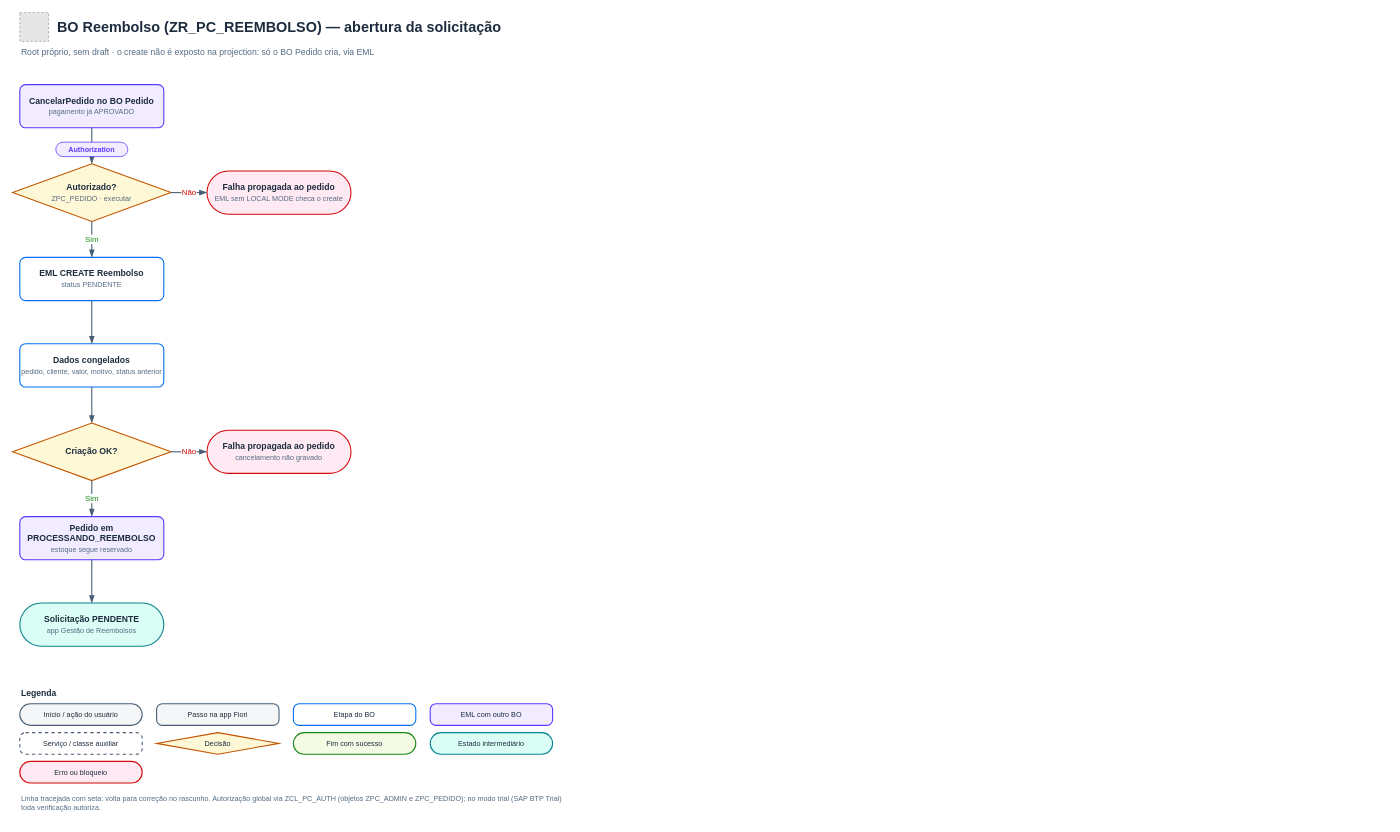
The draw.io diagram page "1 · Abrir solicitação" (1 of 3) of docs/fluxos-bo-reembolso.drawio in AdrianoBispo/sap-abap-rap-pedidos-de-compras-app, before the edit. Source tidied: cells renumbered, new cells numbered last; positions are measured from the earlier drawing's top-left corner, leaving out a move shared by most shapes. Both pictures are drawn from the tidied source at 72%, with x=0, y=0 at pixel (12, 12). Pictures stored in the file or linked from it are replaced by grey dashed boxes.
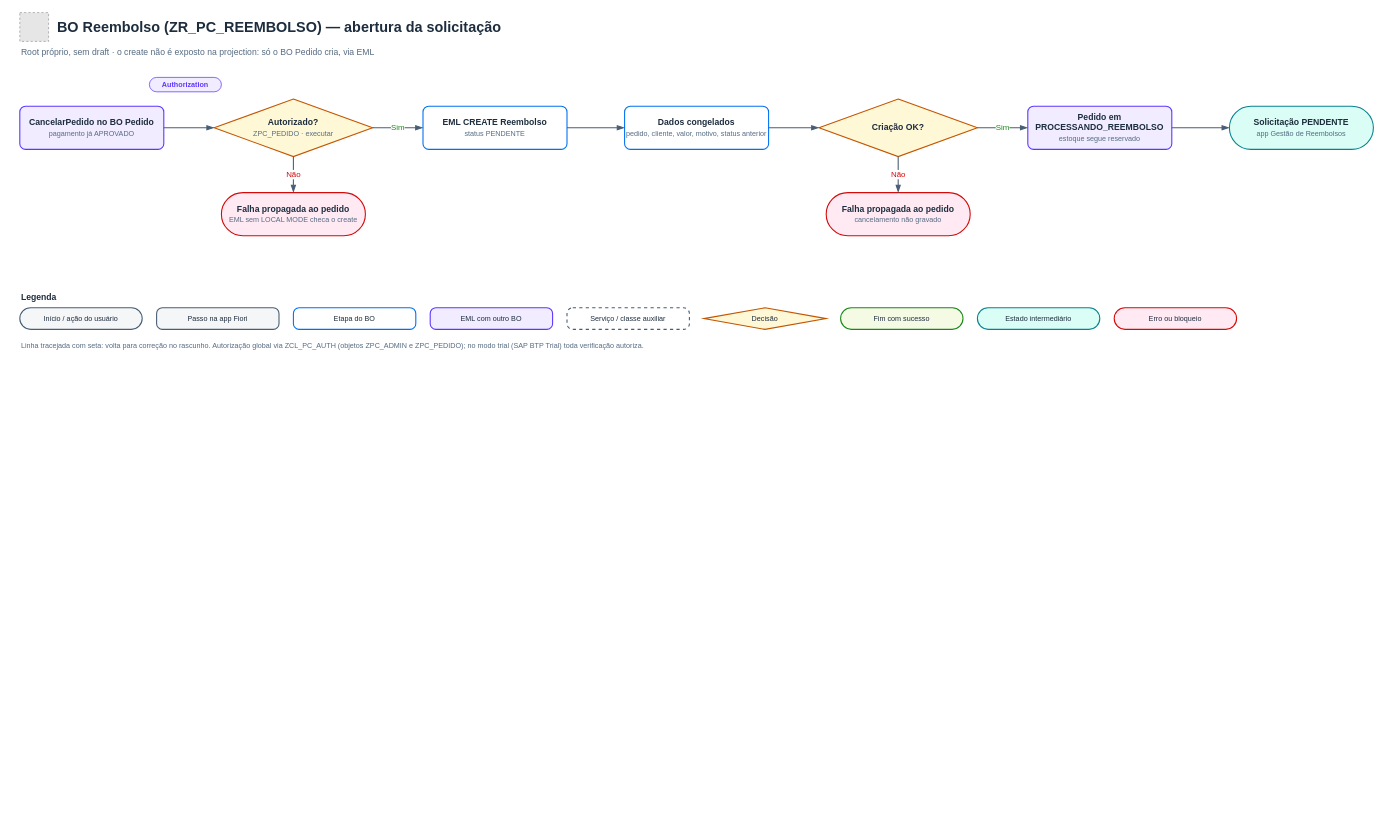
The same page after the edit.

The edit, as a diff of the source:
```diff
@@
     <mxCell id="3" value="BO Reembolso (ZR_PC_REEMBOLSO) — abertura da solicitação" style="text;html=1;whiteSpace=wrap;align=left;verticalAlign=middle;fontFamily=Helvetica;fontSize=20;fontStyle=1;fontColor=#1D2D3E;" parent="1" vertex="1">
-      <mxGeometry x="60" width="710" height="40" as="geometry" />
+      <mxGeometry x="60" width="1850" height="40" as="geometry" />
     </mxCell>
     <mxCell id="4" value="Root próprio, sem draft · o create não é exposto na projection: só o BO Pedido cria, via EML" style="text;html=1;whiteSpace=wrap;align=left;verticalAlign=middle;fontFamily=Helvetica;fontSize=12;fontColor=#556B82;" parent="1" vertex="1">
-      <mxGeometry x="10" y="40" width="760" height="30" as="geometry" />
+      <mxGeometry x="10" y="40" width="1900" height="30" as="geometry" />
     </mxCell>
     <mxCell id="5" value="&lt;b&gt;CancelarPedido no BO Pedido&lt;/b&gt;&lt;br&gt;&lt;font style=&quot;font-size:10px&quot; color=&quot;#556B82&quot;&gt;pagamento já APROVADO&lt;/font&gt;" style="rounded=1;arcSize=16;absoluteArcSize=1;strokeColor=#5D36FF;fillColor=#F1ECFF;whiteSpace=wrap;html=1;fontFamily=Helvetica;fontSize=12;fontColor=#1D2D3E;strokeWidth=1.5;" parent="1" vertex="1">
-      <mxGeometry x="10" y="100" width="200" height="60" as="geometry" />
+      <mxGeometry x="10" y="130" width="200" height="60" as="geometry" />
     </mxCell>
     <mxCell id="6" value="&lt;b&gt;Autorizado?&lt;/b&gt;&lt;br&gt;&lt;font style=&quot;font-size:10px&quot; color=&quot;#556B82&quot;&gt;ZPC_PEDIDO · executar&lt;/font&gt;" style="rhombus;strokeColor=#C35500;fillColor=#FFF8D6;whiteSpace=wrap;html=1;fontFamily=Helvetica;fontSize=12;fontColor=#1D2D3E;strokeWidth=1.5;" parent="1" vertex="1">
-      <mxGeometry y="210" width="220" height="80" as="geometry" />
+      <mxGeometry x="280" y="120" width="220" height="80" as="geometry" />
     </mxCell>
     <mxCell id="7" value="&lt;b&gt;Falha propagada ao pedido&lt;/b&gt;&lt;br&gt;&lt;font style=&quot;font-size:10px&quot; color=&quot;#556B82&quot;&gt;EML sem LOCAL MODE checa o create&lt;/font&gt;" style="rounded=1;arcSize=60;absoluteArcSize=1;strokeColor=#D20A0A;fillColor=#FFEAF4;whiteSpace=wrap;html=1;fontFamily=Helvetica;fontSize=12;fontColor=#1D2D3E;strokeWidth=1.5;" parent="1" vertex="1">
-      <mxGeometry x="270" y="220" width="200" height="60" as="geometry" />
+      <mxGeometry x="290" y="250" width="200" height="60" as="geometry" />
     </mxCell>
     <mxCell id="8" value="&lt;b&gt;EML CREATE Reembolso&lt;/b&gt;&lt;br&gt;&lt;font style=&quot;font-size:10px&quot; color=&quot;#556B82&quot;&gt;status PENDENTE&lt;/font&gt;" style="rounded=1;arcSize=16;absoluteArcSize=1;strokeColor=#0070F2;fillColor=#FFFFFF;whiteSpace=wrap;html=1;fontFamily=Helvetica;fontSize=12;fontColor=#1D2D3E;strokeWidth=1.5;" parent="1" vertex="1">
-      <mxGeometry x="10" y="340" width="200" height="60" as="geometry" />
+      <mxGeometry x="570" y="130" width="200" height="60" as="geometry" />
     </mxCell>
     <mxCell id="9" value="&lt;b&gt;Dados congelados&lt;/b&gt;&lt;br&gt;&lt;font style=&quot;font-size:10px&quot; color=&quot;#556B82&quot;&gt;pedido, cliente, valor, motivo, status anterior&lt;/font&gt;" style="rounded=1;arcSize=16;absoluteArcSize=1;strokeColor=#0070F2;fillColor=#FFFFFF;whiteSpace=wrap;html=1;fontFamily=Helvetica;fontSize=12;fontColor=#1D2D3E;strokeWidth=1.5;" parent="1" vertex="1">
-      <mxGeometry x="10" y="460" width="200" height="60" as="geometry" />
+      <mxGeometry x="850" y="130" width="200" height="60" as="geometry" />
     </mxCell>
     <mxCell id="10" value="&lt;b&gt;Criação OK?&lt;/b&gt;" style="rhombus;strokeColor=#C35500;fillColor=#FFF8D6;whiteSpace=wrap;html=1;fontFamily=Helvetica;fontSize=12;fontColor=#1D2D3E;strokeWidth=1.5;" parent="1" vertex="1">
-      <mxGeometry y="570" width="220" height="80" as="geometry" />
+      <mxGeometry x="1120" y="120" width="220" height="80" as="geometry" />
     </mxCell>
     <mxCell id="11" value="&lt;b&gt;Falha propagada ao pedido&lt;/b&gt;&lt;br&gt;&lt;font style=&quot;font-size:10px&quot; color=&quot;#556B82&quot;&gt;cancelamento não gravado&lt;/font&gt;" style="rounded=1;arcSize=60;absoluteArcSize=1;strokeColor=#D20A0A;fillColor=#FFEAF4;whiteSpace=wrap;html=1;fontFamily=Helvetica;fontSize=12;fontColor=#1D2D3E;strokeWidth=1.5;" parent="1" vertex="1">
-      <mxGeometry x="270" y="580" width="200" height="60" as="geometry" />
+      <mxGeometry x="1130" y="250" width="200" height="60" as="geometry" />
     </mxCell>
     <mxCell id="12" value="&lt;b&gt;Pedido em PROCESSANDO_REEMBOLSO&lt;/b&gt;&lt;br&gt;&lt;font style=&quot;font-size:10px&quot; color=&quot;#556B82&quot;&gt;estoque segue reservado&lt;/font&gt;" style="rounded=1;arcSize=16;absoluteArcSize=1;strokeColor=#5D36FF;fillColor=#F1ECFF;whiteSpace=wrap;html=1;fontFamily=Helvetica;fontSize=12;fontColor=#1D2D3E;strokeWidth=1.5;" parent="1" vertex="1">
-      <mxGeometry x="10" y="700" width="200" height="60" as="geometry" />
+      <mxGeometry x="1410" y="130" width="200" height="60" as="geometry" />
     </mxCell>
     <mxCell id="13" value="&lt;b&gt;Solicitação PENDENTE&lt;/b&gt;&lt;br&gt;&lt;font style=&quot;font-size:10px&quot; color=&quot;#556B82&quot;&gt;app Gestão de Reembolsos&lt;/font&gt;" style="rounded=1;arcSize=60;absoluteArcSize=1;strokeColor=#07838F;fillColor=#DAFDF5;whiteSpace=wrap;html=1;fontFamily=Helvetica;fontSize=12;fontColor=#1D2D3E;strokeWidth=1.5;" parent="1" vertex="1">
-      <mxGeometry x="10" y="820" width="200" height="60" as="geometry" />
+      <mxGeometry x="1690" y="130" width="200" height="60" as="geometry" />
     </mxCell>
-    <mxCell id="14" style="edgeStyle=orthogonalEdgeStyle;rounded=1;html=1;strokeColor=#475E75;strokeWidth=1.5;endArrow=blockThin;endFill=1;endSize=7;fontFamily=Helvetica;fontSize=11;fontColor=#1D2D3E;labelBackgroundColor=default;exitX=0.5;exitY=1;exitDx=0;exitDy=0;entryX=0.5;entryY=0;entryDx=0;entryDy=0;" parent="1" edge="1" source="5" target="6">
+    <mxCell id="14" style="edgeStyle=orthogonalEdgeStyle;rounded=1;html=1;strokeColor=#475E75;strokeWidth=1.5;endArrow=blockThin;endFill=1;endSize=7;fontFamily=Helvetica;fontSize=11;fontColor=#1D2D3E;labelBackgroundColor=default;exitX=1;exitY=0.5;exitDx=0;exitDy=0;entryX=0;entryY=0.5;entryDx=0;entryDy=0;" parent="1" edge="1" source="5" target="6">
       <mxGeometry relative="1" as="geometry" />
     </mxCell>
-    <mxCell id="15" value="Não" style="edgeStyle=orthogonalEdgeStyle;rounded=1;html=1;strokeColor=#475E75;strokeWidth=1.5;endArrow=blockThin;endFill=1;endSize=7;fontFamily=Helvetica;fontSize=11;fontColor=#D20A0A;labelBackgroundColor=default;exitX=1;exitY=0.5;exitDx=0;exitDy=0;entryX=0;entryY=0.5;entryDx=0;entryDy=0;" parent="1" edge="1" source="6" target="7">
+    <mxCell id="15" value="Não" style="edgeStyle=orthogonalEdgeStyle;rounded=1;html=1;strokeColor=#475E75;strokeWidth=1.5;endArrow=blockThin;endFill=1;endSize=7;fontFamily=Helvetica;fontSize=11;fontColor=#D20A0A;labelBackgroundColor=default;exitX=0.5;exitY=1;exitDx=0;exitDy=0;entryX=0.5;entryY=0;entryDx=0;entryDy=0;" parent="1" edge="1" source="6" target="7">
       <mxGeometry relative="1" as="geometry" />
     </mxCell>
-    <mxCell id="16" value="Sim" style="edgeStyle=orthogonalEdgeStyle;rounded=1;html=1;strokeColor=#475E75;strokeWidth=1.5;endArrow=blockThin;endFill=1;endSize=7;fontFamily=Helvetica;fontSize=11;fontColor=#188918;labelBackgroundColor=default;exitX=0.5;exitY=1;exitDx=0;exitDy=0;entryX=0.5;entryY=0;entryDx=0;entryDy=0;" parent="1" edge="1" source="6" target="8">
+    <mxCell id="16" value="Sim" style="edgeStyle=orthogonalEdgeStyle;rounded=1;html=1;strokeColor=#475E75;strokeWidth=1.5;endArrow=blockThin;endFill=1;endSize=7;fontFamily=Helvetica;fontSize=11;fontColor=#188918;labelBackgroundColor=default;exitX=1;exitY=0.5;exitDx=0;exitDy=0;entryX=0;entryY=0.5;entryDx=0;entryDy=0;" parent="1" edge="1" source="6" target="8">
       <mxGeometry relative="1" as="geometry" />
     </mxCell>
-    <mxCell id="17" style="edgeStyle=orthogonalEdgeStyle;rounded=1;html=1;strokeColor=#475E75;strokeWidth=1.5;endArrow=blockThin;endFill=1;endSize=7;fontFamily=Helvetica;fontSize=11;fontColor=#1D2D3E;labelBackgroundColor=default;exitX=0.5;exitY=1;exitDx=0;exitDy=0;entryX=0.5;entryY=0;entryDx=0;entryDy=0;" parent="1" edge="1" source="8" target="9">
+    <mxCell id="17" style="edgeStyle=orthogonalEdgeStyle;rounded=1;html=1;strokeColor=#475E75;strokeWidth=1.5;endArrow=blockThin;endFill=1;endSize=7;fontFamily=Helvetica;fontSize=11;fontColor=#1D2D3E;labelBackgroundColor=default;exitX=1;exitY=0.5;exitDx=0;exitDy=0;entryX=0;entryY=0.5;entryDx=0;entryDy=0;" parent="1" edge="1" source="8" target="9">
       <mxGeometry relative="1" as="geometry" />
     </mxCell>
-    <mxCell id="18" style="edgeStyle=orthogonalEdgeStyle;rounded=1;html=1;strokeColor=#475E75;strokeWidth=1.5;endArrow=blockThin;endFill=1;endSize=7;fontFamily=Helvetica;fontSize=11;fontColor=#1D2D3E;labelBackgroundColor=default;exitX=0.5;exitY=1;exitDx=0;exitDy=0;entryX=0.5;entryY=0;entryDx=0;entryDy=0;" parent="1" edge="1" source="9" target="10">
+    <mxCell id="18" style="edgeStyle=orthogonalEdgeStyle;rounded=1;html=1;strokeColor=#475E75;strokeWidth=1.5;endArrow=blockThin;endFill=1;endSize=7;fontFamily=Helvetica;fontSize=11;fontColor=#1D2D3E;labelBackgroundColor=default;exitX=1;exitY=0.5;exitDx=0;exitDy=0;entryX=0;entryY=0.5;entryDx=0;entryDy=0;" parent="1" edge="1" source="9" target="10">
       <mxGeometry relative="1" as="geometry" />
     </mxCell>
-    <mxCell id="19" value="Não" style="edgeStyle=orthogonalEdgeStyle;rounded=1;html=1;strokeColor=#475E75;strokeWidth=1.5;endArrow=blockThin;endFill=1;endSize=7;fontFamily=Helvetica;fontSize=11;fontColor=#D20A0A;labelBackgroundColor=default;exitX=1;exitY=0.5;exitDx=0;exitDy=0;entryX=0;entryY=0.5;entryDx=0;entryDy=0;" parent="1" edge="1" source="10" target="11">
+    <mxCell id="19" value="Não" style="edgeStyle=orthogonalEdgeStyle;rounded=1;html=1;strokeColor=#475E75;strokeWidth=1.5;endArrow=blockThin;endFill=1;endSize=7;fontFamily=Helvetica;fontSize=11;fontColor=#D20A0A;labelBackgroundColor=default;exitX=0.5;exitY=1;exitDx=0;exitDy=0;entryX=0.5;entryY=0;entryDx=0;entryDy=0;" parent="1" edge="1" source="10" target="11">
       <mxGeometry relative="1" as="geometry" />
     </mxCell>
-    <mxCell id="20" value="Sim" style="edgeStyle=orthogonalEdgeStyle;rounded=1;html=1;strokeColor=#475E75;strokeWidth=1.5;endArrow=blockThin;endFill=1;endSize=7;fontFamily=Helvetica;fontSize=11;fontColor=#188918;labelBackgroundColor=default;exitX=0.5;exitY=1;exitDx=0;exitDy=0;entryX=0.5;entryY=0;entryDx=0;entryDy=0;" parent="1" edge="1" source="10" target="12">
+    <mxCell id="20" value="Sim" style="edgeStyle=orthogonalEdgeStyle;rounded=1;html=1;strokeColor=#475E75;strokeWidth=1.5;endArrow=blockThin;endFill=1;endSize=7;fontFamily=Helvetica;fontSize=11;fontColor=#188918;labelBackgroundColor=default;exitX=1;exitY=0.5;exitDx=0;exitDy=0;entryX=0;entryY=0.5;entryDx=0;entryDy=0;" parent="1" edge="1" source="10" target="12">
       <mxGeometry relative="1" as="geometry" />
     </mxCell>
-    <mxCell id="21" style="edgeStyle=orthogonalEdgeStyle;rounded=1;html=1;strokeColor=#475E75;strokeWidth=1.5;endArrow=blockThin;endFill=1;endSize=7;fontFamily=Helvetica;fontSize=11;fontColor=#1D2D3E;labelBackgroundColor=default;exitX=0.5;exitY=1;exitDx=0;exitDy=0;entryX=0.5;entryY=0;entryDx=0;entryDy=0;" parent="1" edge="1" source="12" target="13">
+    <mxCell id="21" style="edgeStyle=orthogonalEdgeStyle;rounded=1;html=1;strokeColor=#475E75;strokeWidth=1.5;endArrow=blockThin;endFill=1;endSize=7;fontFamily=Helvetica;fontSize=11;fontColor=#1D2D3E;labelBackgroundColor=default;exitX=1;exitY=0.5;exitDx=0;exitDy=0;entryX=0;entryY=0.5;entryDx=0;entryDy=0;" parent="1" edge="1" source="12" target="13">
       <mxGeometry relative="1" as="geometry" />
     </mxCell>
     <mxCell id="22" value="&lt;b&gt;Authorization&lt;/b&gt;" style="rounded=1;whiteSpace=wrap;html=1;arcSize=50;absoluteArcSize=1;strokeWidth=1;strokeColor=#5D36FF;fillColor=#F1ECFF;fontColor=#5D36FF;fontFamily=Helvetica;fontSize=10;align=center;verticalAlign=middle;" parent="1" vertex="1">
-      <mxGeometry x="60" y="180" width="100" height="20" as="geometry" />
+      <mxGeometry x="190" y="90" width="100" height="20" as="geometry" />
     </mxCell>
     <mxCell id="23" value="&lt;b&gt;Legenda&lt;/b&gt;" style="text;html=1;align=left;verticalAlign=middle;fontFamily=Helvetica;fontSize=12;fontColor=#1D2D3E;" parent="1" vertex="1">
-      <mxGeometry x="10" y="930" width="200" height="30" as="geometry" />
+      <mxGeometry x="10" y="380" width="200" height="30" as="geometry" />
     </mxCell>
     <mxCell id="24" value="Início / ação do usuário" style="rounded=1;arcSize=60;absoluteArcSize=1;strokeColor=#475E75;fillColor=#F5F6F7;whiteSpace=wrap;html=1;fontFamily=Helvetica;fontSize=10;fontColor=#1D2D3E;strokeWidth=1.5;" parent="1" vertex="1">
-      <mxGeometry x="10" y="960" width="170" height="30" as="geometry" />
+      <mxGeometry x="10" y="410" width="170" height="30" as="geometry" />
     </mxCell>
     <mxCell id="25" value="Passo na app Fiori" style="rounded=1;arcSize=16;absoluteArcSize=1;strokeColor=#475E75;fillColor=#F5F6F7;whiteSpace=wrap;html=1;fontFamily=Helvetica;fontSize=10;fontColor=#1D2D3E;strokeWidth=1.5;" parent="1" vertex="1">
-      <mxGeometry x="200" y="960" width="170" height="30" as="geometry" />
+      <mxGeometry x="200" y="410" width="170" height="30" as="geometry" />
     </mxCell>
     <mxCell id="26" value="Etapa do BO" style="rounded=1;arcSize=16;absoluteArcSize=1;strokeColor=#0070F2;fillColor=#FFFFFF;whiteSpace=wrap;html=1;fontFamily=Helvetica;fontSize=10;fontColor=#1D2D3E;strokeWidth=1.5;" parent="1" vertex="1">
-      <mxGeometry x="390" y="960" width="170" height="30" as="geometry" />
+      <mxGeometry x="390" y="410" width="170" height="30" as="geometry" />
     </mxCell>
     <mxCell id="27" value="EML com outro BO" style="rounded=1;arcSize=16;absoluteArcSize=1;strokeColor=#5D36FF;fillColor=#F1ECFF;whiteSpace=wrap;html=1;fontFamily=Helvetica;fontSize=10;fontColor=#1D2D3E;strokeWidth=1.5;" parent="1" vertex="1">
-      <mxGeometry x="580" y="960" width="170" height="30" as="geometry" />
+      <mxGeometry x="580" y="410" width="170" height="30" as="geometry" />
     </mxCell>
     <mxCell id="28" value="Serviço / classe auxiliar" style="rounded=1;arcSize=16;absoluteArcSize=1;strokeColor=#475E75;fillColor=#FFFFFF;dashed=1;whiteSpace=wrap;html=1;fontFamily=Helvetica;fontSize=10;fontColor=#1D2D3E;strokeWidth=1.5;" parent="1" vertex="1">
-      <mxGeometry x="10" y="1000" width="170" height="30" as="geometry" />
+      <mxGeometry x="770" y="410" width="170" height="30" as="geometry" />
     </mxCell>
     <mxCell id="29" value="Decisão" style="rhombus;strokeColor=#C35500;fillColor=#FFF8D6;whiteSpace=wrap;html=1;fontFamily=Helvetica;fontSize=10;fontColor=#1D2D3E;strokeWidth=1.5;" parent="1" vertex="1">
-      <mxGeometry x="200" y="1000" width="170" height="30" as="geometry" />
+      <mxGeometry x="960" y="410" width="170" height="30" as="geometry" />
     </mxCell>
     <mxCell id="30" value="Fim com sucesso" style="rounded=1;arcSize=60;absoluteArcSize=1;strokeColor=#188918;fillColor=#F5FAE5;whiteSpace=wrap;html=1;fontFamily=Helvetica;fontSize=10;fontColor=#1D2D3E;strokeWidth=1.5;" parent="1" vertex="1">
-      <mxGeometry x="390" y="1000" width="170" height="30" as="geometry" />
+      <mxGeometry x="1150" y="410" width="170" height="30" as="geometry" />
     </mxCell>
     <mxCell id="31" value="Estado intermediário" style="rounded=1;arcSize=60;absoluteArcSize=1;strokeColor=#07838F;fillColor=#DAFDF5;whiteSpace=wrap;html=1;fontFamily=Helvetica;fontSize=10;fontColor=#1D2D3E;strokeWidth=1.5;" parent="1" vertex="1">
-      <mxGeometry x="580" y="1000" width="170" height="30" as="geometry" />
+      <mxGeometry x="1340" y="410" width="170" height="30" as="geometry" />
     </mxCell>
     <mxCell id="32" value="Erro ou bloqueio" style="rounded=1;arcSize=60;absoluteArcSize=1;strokeColor=#D20A0A;fillColor=#FFEAF4;whiteSpace=wrap;html=1;fontFamily=Helvetica;fontSize=10;fontColor=#1D2D3E;strokeWidth=1.5;" parent="1" vertex="1">
-      <mxGeometry x="10" y="1040" width="170" height="30" as="geometry" />
+      <mxGeometry x="1530" y="410" width="170" height="30" as="geometry" />
     </mxCell>
     <mxCell id="33" value="Linha tracejada com seta: volta para correção no rascunho. Autorização global via ZCL_PC_AUTH (objetos ZPC_ADMIN e ZPC_PEDIDO); no modo trial (SAP BTP Trial) toda verificação autoriza." style="text;html=1;whiteSpace=wrap;align=left;verticalAlign=top;fontFamily=Helvetica;fontSize=10;fontColor=#556B82;" parent="1" vertex="1">
-      <mxGeometry x="10" y="1080" width="760" height="40" as="geometry" />
+      <mxGeometry x="10" y="450" width="1900" height="40" as="geometry" />
     </mxCell>
```
